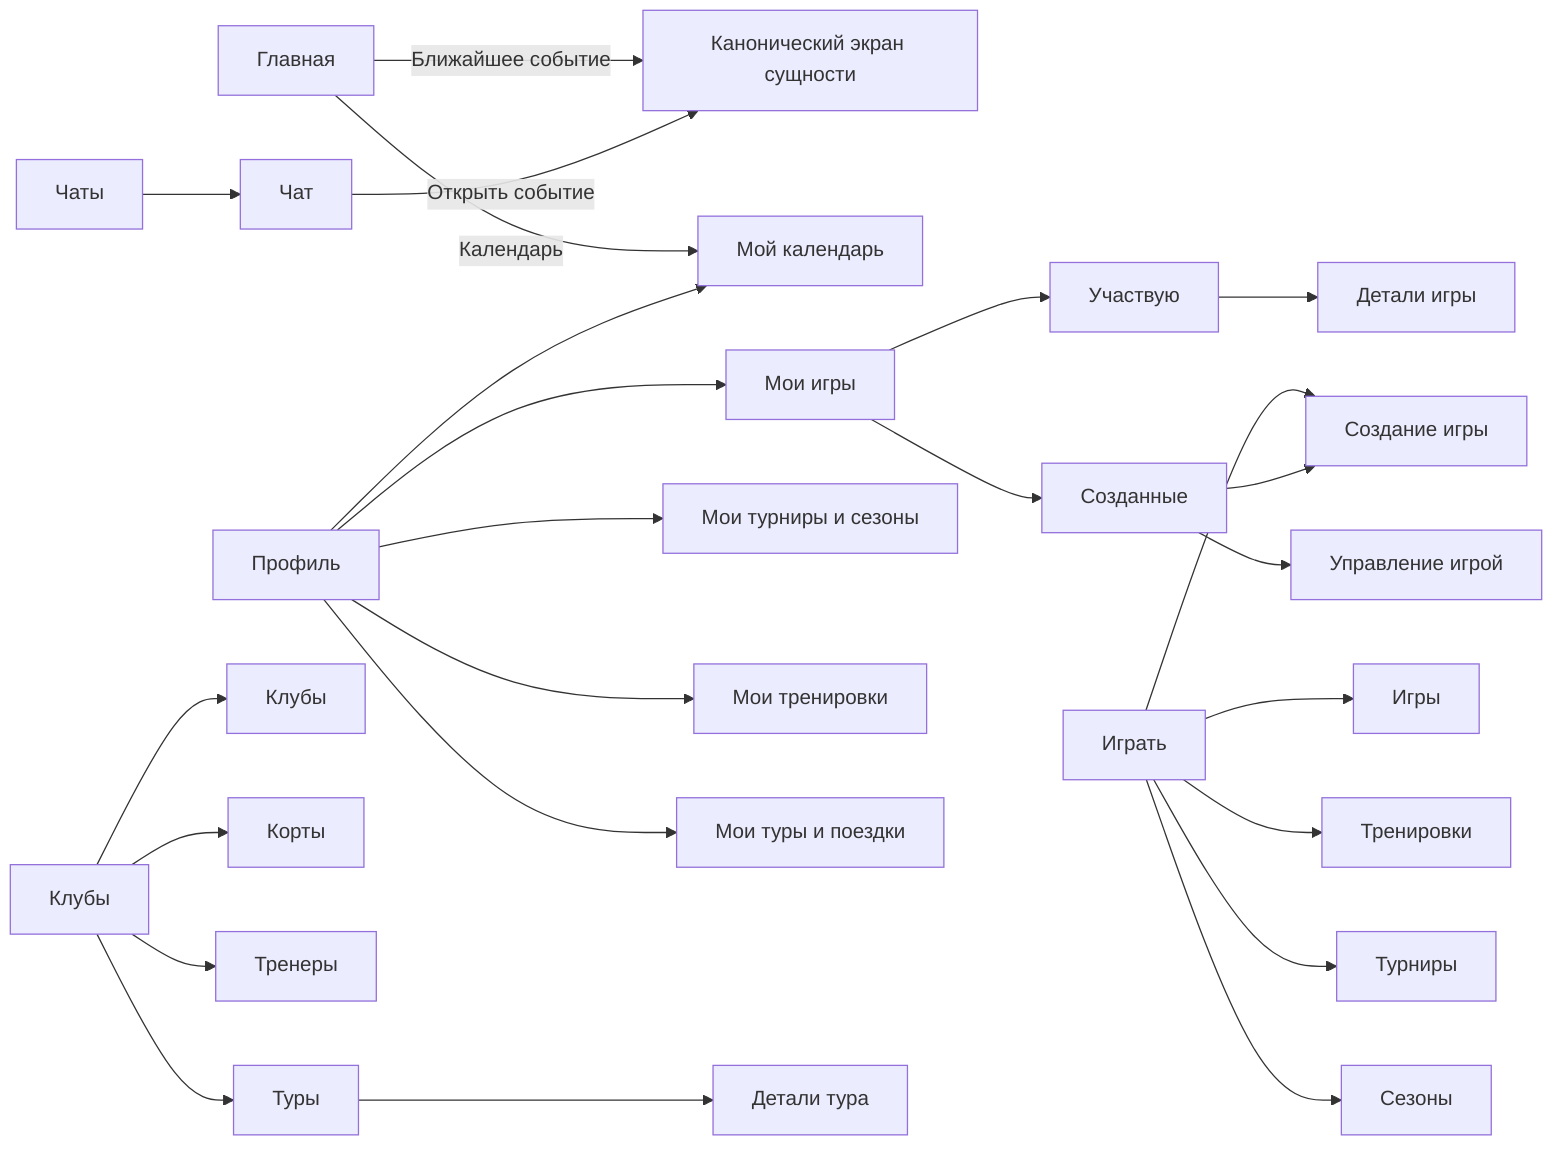
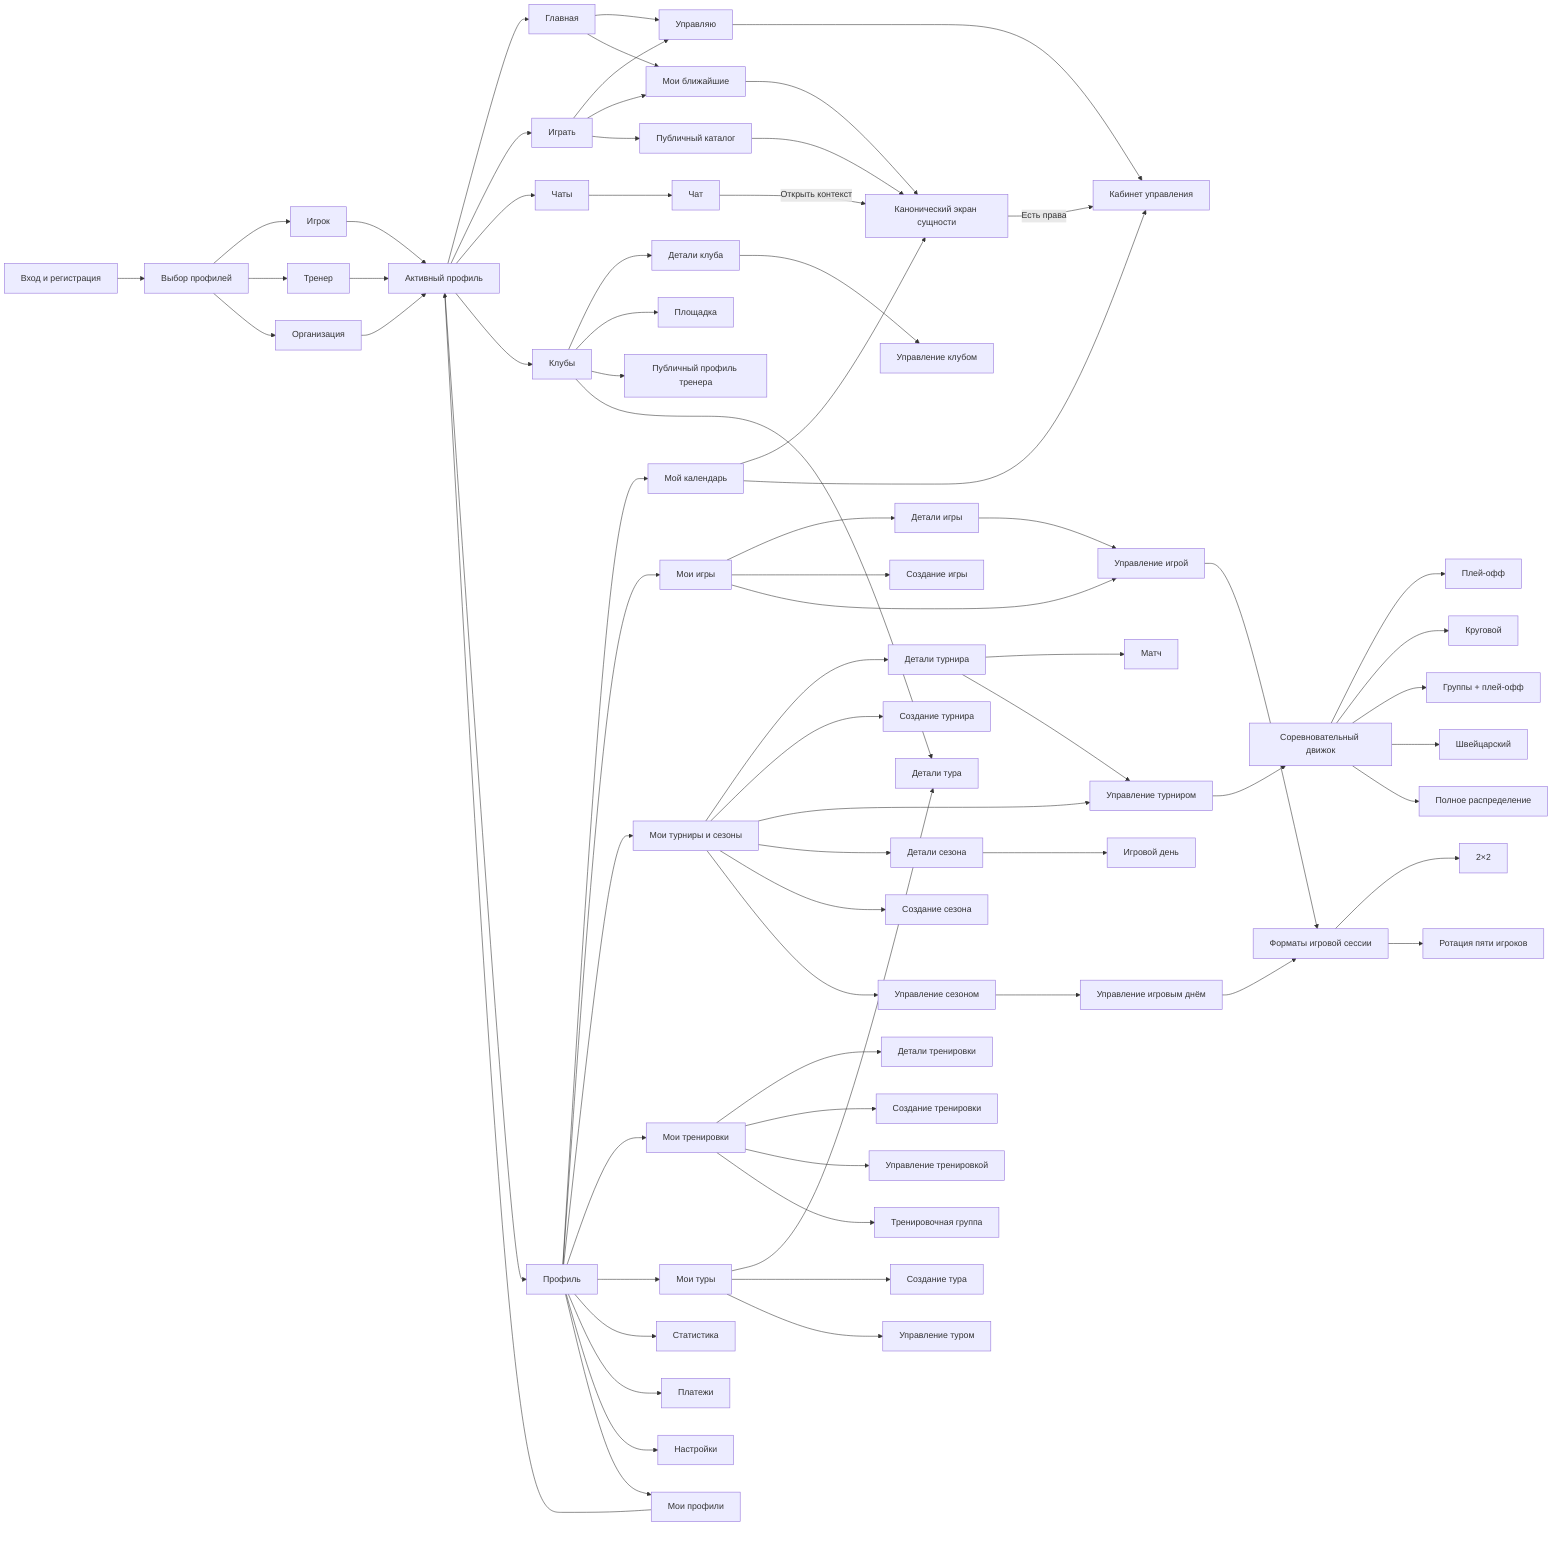
flowchart LR
-   Home["Главная"]
-   Play["Играть"]
-   Chats["Чаты"]
-   Clubs["Клубы"]
-   Profile["Профиль"]
+   Auth["Вход и регистрация"] --> Onboarding["Выбор профилей"]
+   Onboarding --> PlayerActor["Игрок"]
+   Onboarding --> TrainerActor["Тренер"]
+   Onboarding --> OrgActor["Организация"]

-   Home -->|"Ближайшее событие"| Entity["Канонический экран сущности"]
-   Home -->|"Календарь"| Calendar["Мой календарь"]
+   PlayerActor --> Switcher["Активный профиль"]
+   TrainerActor --> Switcher
+   OrgActor --> Switcher

-   Play --> Games["Игры"]
-   Play --> Trainings["Тренировки"]
-   Play --> Tournaments["Турниры"]
-   Play --> Seasons["Сезоны"]
-   Play --> CreateGame["Создание игры"]
+   Switcher --> Home["Главная"]
+   Switcher --> Play["Играть"]
+   Switcher --> Chats["Чаты"]
+   Switcher --> Clubs["Клубы"]
+   Switcher --> Profile["Профиль"]

-   Profile --> Calendar
+   Home --> Managed["Управляю"]
+   Home --> Upcoming["Мои ближайшие"]
+   Play --> Managed
+   Play --> Upcoming
+   Play --> Catalog["Публичный каталог"]
+   Catalog --> Entity["Канонический экран сущности"]
+   Upcoming --> Entity
+   Managed --> Manage["Кабинет управления"]
+   Entity -->|"Есть права"| Manage
+ 
+   Profile --> Calendar["Мой календарь"]
  Profile --> MyGames["Мои игры"]
  Profile --> MyCompetitions["Мои турниры и сезоны"]
  Profile --> MyTrainings["Мои тренировки"]
-   Profile --> MyTrips["Мои туры и поездки"]
+   Profile --> MyTours["Мои туры"]
+   Profile --> Statistics["Статистика"]
+   Profile --> Payments["Платежи"]
+   Profile --> Settings["Настройки"]
+   Profile --> Actors["Мои профили"]
+   Actors --> Switcher

-   MyGames --> Participating["Участвую"]
-   MyGames --> Created["Созданные"]
-   Participating --> GameDetails["Детали игры"]
-   Created --> CreateGame
-   Created --> GameManage["Управление игрой"]
+   MyGames --> GameDetails["Детали игры"]
+   MyGames --> GameCreate["Создание игры"]
+   MyGames --> GameManage["Управление игрой"]
+   GameDetails --> GameManage
+ 
+   MyCompetitions --> TournamentDetails["Детали турнира"]
+   MyCompetitions --> TournamentCreate["Создание турнира"]
+   MyCompetitions --> TournamentManage["Управление турниром"]
+   TournamentDetails --> Match["Матч"]
+   TournamentDetails --> TournamentManage
+ 
+   MyCompetitions --> SeasonDetails["Детали сезона"]
+   MyCompetitions --> SeasonCreate["Создание сезона"]
+   MyCompetitions --> SeasonManage["Управление сезоном"]
+   SeasonDetails --> GameDay["Игровой день"]
+   SeasonManage --> GameDayManage["Управление игровым днём"]
+ 
+   MyTrainings --> TrainingDetails["Детали тренировки"]
+   MyTrainings --> TrainingCreate["Создание тренировки"]
+   MyTrainings --> TrainingManage["Управление тренировкой"]
+   MyTrainings --> TrainingGroup["Тренировочная группа"]
+ 
+   MyTours --> TourDetails["Детали тура"]
+   MyTours --> TourCreate["Создание тура"]
+   MyTours --> TourManage["Управление туром"]

  Chats --> Chat["Чат"]
-   Chat -->|"Открыть событие"| Entity
+   Chat -->|"Открыть контекст"| Entity
+   Calendar --> Entity
+   Calendar --> Manage

-   Clubs --> ClubList["Клубы"]
-   Clubs --> Courts["Корты"]
-   Clubs --> Coaches["Тренеры"]
-   Clubs --> Tours["Туры"]
-   Tours --> TourDetails["Детали тура"]
+   Clubs --> ClubDetails["Детали клуба"]
+   Clubs --> Venue["Площадка"]
+   Clubs --> TrainerPublic["Публичный профиль тренера"]
+   Clubs --> TourDetails
+   ClubDetails --> ClubManage["Управление клубом"]
+ 
+   TournamentManage --> Formats["Соревновательный движок"]
+   Formats --> Elimination["Плей-офф"]
+   Formats --> RoundRobin["Круговой"]
+   Formats --> Groups["Группы + плей-офф"]
+   Formats --> Swiss["Швейцарский"]
+   Formats --> Placement["Полное распределение"]
+ 
+   GameManage --> GameFormats["Форматы игровой сессии"]
+   GameDayManage --> GameFormats
+   GameFormats --> Standard2x2["2×2"]
+   GameFormats --> RotationFive["Ротация пяти игроков"]
